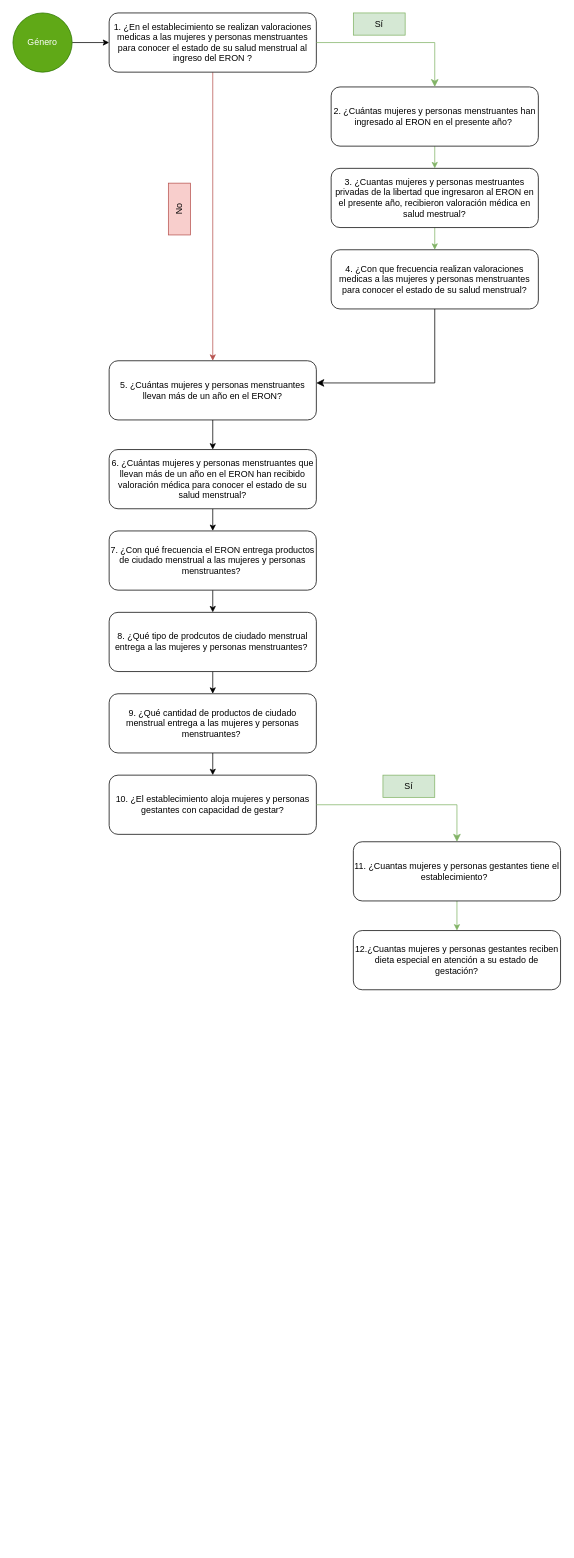
Before: genero.drawio in d-correalr/DSA, a draw.io diagram. Source tidied: cells renumbered, new cells numbered last; positions are measured from the earlier drawing's top-left corner, leaving out a move shared by most shapes. Both pictures are drawn from the tidied source at 74%, with x=0, y=0 at pixel (13, 13).
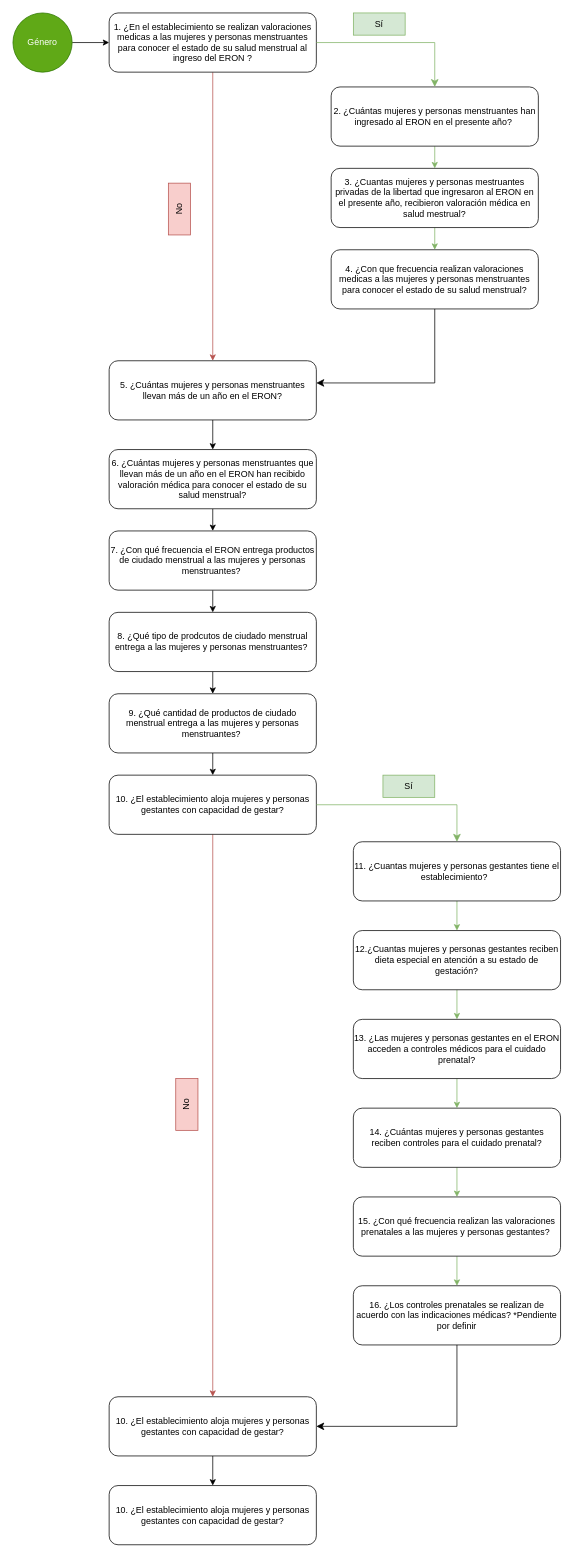
The same page after the edit.

Unchanged cells that the change refers to:
```xml
<mxCell id="25" value="10. ¿El establecimiento aloja mujeres y personas gestantes con capacidad de gestar?" style="rounded=1;whiteSpace=wrap;html=1;" parent="1" vertex="1">
  <mxGeometry x="130" y="1030" width="280" height="80" as="geometry" />
</mxCell>
<mxCell id="30" value="12.¿Cuantas mujeres y personas gestantes reciben dieta especial en atención a su estado de gestación?" style="rounded=1;whiteSpace=wrap;html=1;" parent="1" vertex="1">
  <mxGeometry x="460" y="1240" width="280" height="80" as="geometry" />
</mxCell>
```

Diff of the diagram source:
```diff
@@
+    <mxCell id="31" style="edgeStyle=none;html=1;exitX=0.5;exitY=1;exitDx=0;exitDy=0;entryX=0.5;entryY=0;entryDx=0;entryDy=0;fillColor=#f8cecc;strokeColor=#b85450;" parent="1" edge="1" source="25" target="41">
+      <mxGeometry relative="1" as="geometry" />
+    </mxCell>
@@
+    <mxCell id="32" style="edgeStyle=none;html=1;exitX=0.5;exitY=1;exitDx=0;exitDy=0;fillColor=#d5e8d4;strokeColor=#82b366;" parent="1" edge="1" source="30" target="34">
+      <mxGeometry relative="1" as="geometry" />
+    </mxCell>
@@
+    <mxCell id="33" style="edgeStyle=none;html=1;exitX=0.5;exitY=1;exitDx=0;exitDy=0;entryX=0.5;entryY=0;entryDx=0;entryDy=0;fillColor=#d5e8d4;strokeColor=#82b366;" parent="1" edge="1" source="34" target="36">
+      <mxGeometry relative="1" as="geometry" />
+    </mxCell>
+    <mxCell id="34" value="13.&amp;nbsp;¿Las mujeres y personas gestantes en el ERON acceden a controles médicos para el cuidado prenatal?" style="rounded=1;whiteSpace=wrap;html=1;" parent="1" vertex="1">
+      <mxGeometry x="460" y="1360" width="280" height="80" as="geometry" />
+    </mxCell>
+    <mxCell id="35" style="edgeStyle=none;html=1;exitX=0.5;exitY=1;exitDx=0;exitDy=0;fillColor=#d5e8d4;strokeColor=#82b366;" parent="1" edge="1" source="36" target="38">
+      <mxGeometry relative="1" as="geometry" />
+    </mxCell>
+    <mxCell id="36" value="14.&amp;nbsp;¿Cuántas mujeres y personas gestantes reciben controles para el cuidado prenatal?" style="rounded=1;whiteSpace=wrap;html=1;" parent="1" vertex="1">
+      <mxGeometry x="460" y="1480" width="280" height="80" as="geometry" />
+    </mxCell>
+    <mxCell id="37" style="edgeStyle=none;html=1;exitX=0.5;exitY=1;exitDx=0;exitDy=0;fillColor=#d5e8d4;strokeColor=#82b366;" parent="1" edge="1" source="38" target="39">
+      <mxGeometry relative="1" as="geometry" />
+    </mxCell>
+    <mxCell id="38" value="15.&amp;nbsp;¿Con qué frecuencia realizan las valoraciones prenatales a las mujeres y personas gestantes?&amp;nbsp;" style="rounded=1;whiteSpace=wrap;html=1;" parent="1" vertex="1">
+      <mxGeometry x="460" y="1600" width="280" height="80" as="geometry" />
+    </mxCell>
+    <mxCell id="39" value="16. ¿Los controles prenatales se realizan de acuerdo con las indicaciones médicas? *Pendiente por definir" style="rounded=1;whiteSpace=wrap;html=1;" parent="1" vertex="1">
+      <mxGeometry x="460" y="1720" width="280" height="80" as="geometry" />
+    </mxCell>
+    <mxCell id="40" style="edgeStyle=none;html=1;exitX=0.5;exitY=1;exitDx=0;exitDy=0;entryX=0.5;entryY=0;entryDx=0;entryDy=0;" parent="1" edge="1" source="41" target="44">
+      <mxGeometry relative="1" as="geometry" />
+    </mxCell>
+    <mxCell id="41" value="10. ¿El establecimiento aloja mujeres y personas gestantes con capacidad de gestar?" style="rounded=1;whiteSpace=wrap;html=1;" parent="1" vertex="1">
+      <mxGeometry x="130" y="1870" width="280" height="80" as="geometry" />
+    </mxCell>
+    <mxCell id="42" style="edgeStyle=segmentEdgeStyle;endArrow=classic;html=1;curved=0;rounded=0;endSize=8;startSize=8;exitX=0.5;exitY=1;exitDx=0;exitDy=0;entryX=1;entryY=0.5;entryDx=0;entryDy=0;" parent="1" edge="1" source="39" target="41">
+      <mxGeometry relative="1" as="geometry">
+        <Array as="points">
+          <mxPoint x="600" y="1910" />
+        </Array>
+      </mxGeometry>
+    </mxCell>
+    <mxCell id="43" value="No" style="rounded=0;whiteSpace=wrap;html=1;fillColor=#f8cecc;strokeColor=#b85450;rotation=-90;" parent="1" vertex="1">
+      <mxGeometry x="200" y="1460" width="70" height="30" as="geometry" />
+    </mxCell>
+    <mxCell id="44" value="10. ¿El establecimiento aloja mujeres y personas gestantes con capacidad de gestar?" style="rounded=1;whiteSpace=wrap;html=1;" parent="1" vertex="1">
+      <mxGeometry x="130" y="1990" width="280" height="80" as="geometry" />
+    </mxCell>
```
